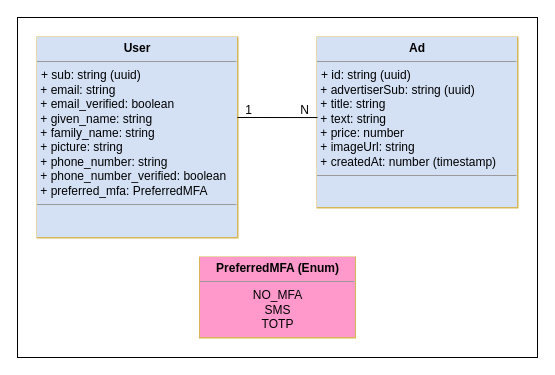
Before: page "class" (4 of 4) of thesis/diagrams.drawio in maticluka999/adverto, a draw.io diagram. Source tidied: cells renumbered, new cells numbered last; positions are measured from the earlier drawing's top-left corner, leaving out a move shared by most shapes. Both pictures are drawn from the tidied source at 100%, with x=0, y=0 at pixel (17, 17).
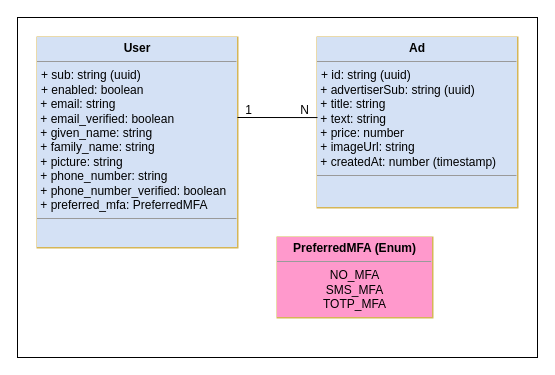
The same diagram, later.

Diff of the diagram source:
```diff
@@
 <mxGraphModel>
   <root>
     <mxCell id="0" />
     <mxCell id="1" parent="0" />
     <mxCell id="2" style="rounded=0;whiteSpace=wrap;html=1;" parent="1" vertex="1">
       <mxGeometry width="520" height="340" as="geometry" />
     </mxCell>
-    <mxCell id="3" value="&lt;p style=&quot;margin:0px;margin-top:4px;text-align:center;&quot;&gt;&lt;b&gt;User&lt;/b&gt;&lt;/p&gt;&lt;hr size=&quot;1&quot;&gt;&lt;p style=&quot;margin:0px;margin-left:4px;&quot;&gt;+ sub: string (uuid)&lt;/p&gt;&amp;nbsp;+ email: string&lt;br&gt;&amp;nbsp;+ email_verified: boolean&lt;br&gt;&amp;nbsp;+ given_name: string&lt;br&gt;&amp;nbsp;+ family_name: string&lt;br&gt;&amp;nbsp;+ picture: string&lt;br&gt;&amp;nbsp;+ phone_number: string&lt;br&gt;&amp;nbsp;+ phone_number_verified: boolean&lt;br&gt;&amp;nbsp;+ preferred_mfa: PreferredMFA&lt;br&gt;&lt;div style=&quot;display:none&quot; id=&quot;SDCloudData&quot;&gt;&lt;/div&gt;&lt;hr size=&quot;1&quot;&gt;&lt;p style=&quot;margin:0px;margin-left:4px;&quot;&gt;&lt;br&gt;&lt;/p&gt;" style="verticalAlign=top;align=left;overflow=fill;fontSize=12;fontFamily=Helvetica;html=1;labelBackgroundColor=#D4E1F5;strokeColor=#d6b656;strokeWidth=2;fillColor=none;" parent="1" vertex="1">
-      <mxGeometry x="20" y="20" width="200" height="200" as="geometry" />
+    <mxCell id="3" value="&lt;p style=&quot;margin:0px;margin-top:4px;text-align:center;&quot;&gt;&lt;b&gt;User&lt;/b&gt;&lt;/p&gt;&lt;hr size=&quot;1&quot;&gt;&lt;p style=&quot;margin:0px;margin-left:4px;&quot;&gt;+ sub: string (uuid)&lt;/p&gt;&lt;p style=&quot;margin:0px;margin-left:4px;&quot;&gt;+ enabled: boolean&lt;/p&gt;&amp;nbsp;+ email: string&lt;br&gt;&amp;nbsp;+ email_verified: boolean&lt;br&gt;&amp;nbsp;+ given_name: string&lt;br&gt;&amp;nbsp;+ family_name: string&lt;br&gt;&amp;nbsp;+ picture: string&lt;br&gt;&amp;nbsp;+ phone_number: string&lt;br&gt;&amp;nbsp;+ phone_number_verified: boolean&lt;br&gt;&amp;nbsp;+ preferred_mfa: PreferredMFA&lt;br&gt;&lt;div style=&quot;display:none&quot; id=&quot;SDCloudData&quot;&gt;&lt;/div&gt;&lt;hr size=&quot;1&quot;&gt;&lt;p style=&quot;margin:0px;margin-left:4px;&quot;&gt;&lt;br&gt;&lt;/p&gt;" style="verticalAlign=top;align=left;overflow=fill;fontSize=12;fontFamily=Helvetica;html=1;labelBackgroundColor=#D4E1F5;strokeColor=#d6b656;strokeWidth=2;fillColor=none;" parent="1" vertex="1">
+      <mxGeometry x="20" y="20" width="200" height="210" as="geometry" />
     </mxCell>
     <mxCell id="4" value="&lt;p style=&quot;margin:0px;margin-top:4px;text-align:center;&quot;&gt;&lt;b&gt;Ad&lt;/b&gt;&lt;/p&gt;&lt;hr size=&quot;1&quot;&gt;&lt;p style=&quot;margin:0px;margin-left:4px;&quot;&gt;+ id: string (uuid)&lt;/p&gt;&amp;nbsp;+ advertiserSub: string (uuid)&lt;br&gt;&amp;nbsp;+ title: string&lt;br&gt;&amp;nbsp;+ text: string&lt;br&gt;&amp;nbsp;+ price: number&lt;br&gt;&amp;nbsp;+ imageUrl: string&lt;br&gt;&amp;nbsp;+ createdAt: number (timestamp)&lt;br&gt;&lt;div style=&quot;display:none&quot; id=&quot;SDCloudData&quot;&gt;&lt;/div&gt;&lt;hr size=&quot;1&quot;&gt;&lt;p style=&quot;margin:0px;margin-left:4px;&quot;&gt;&lt;br&gt;&lt;/p&gt;" style="verticalAlign=top;align=left;overflow=fill;fontSize=12;fontFamily=Helvetica;html=1;labelBackgroundColor=#D4E1F5;strokeColor=#d6b656;strokeWidth=2;fillColor=none;" parent="1" vertex="1">
       <mxGeometry x="300" y="20" width="200" height="170" as="geometry" />
     </mxCell>
     <mxCell id="5" style="endArrow=none;startArrow=none;html=1;rounded=0;entryX=0;entryY=0.471;entryDx=0;entryDy=0;entryPerimeter=0;startFill=0;endFill=0;" parent="1" edge="1" target="4">
       <mxGeometry relative="1" as="geometry">
         <mxPoint x="220" y="100" as="sourcePoint" />
       </mxGeometry>
     </mxCell>
     <mxCell id="6" value="1" style="text;html=1;align=center;verticalAlign=middle;strokeColor=none;fillColor=none;" parent="1" vertex="1">
       <mxGeometry x="216" y="78" width="30" height="30" as="geometry" />
     </mxCell>
     <mxCell id="7" value="N" style="text;html=1;align=center;verticalAlign=middle;strokeColor=none;fillColor=none;" parent="1" vertex="1">
       <mxGeometry x="272" y="78" width="30" height="30" as="geometry" />
     </mxCell>
-    <mxCell id="8" value="&lt;p style=&quot;margin: 4px 0px 0px;&quot;&gt;&lt;span style=&quot;&quot;&gt;&lt;b&gt;PreferredMFA (Enum)&lt;/b&gt;&lt;/span&gt;&lt;br&gt;&lt;/p&gt;&lt;hr size=&quot;1&quot;&gt;&lt;p style=&quot;margin:0px;margin-left:4px;&quot;&gt;&lt;/p&gt;NO_MFA&lt;br&gt;SMS&lt;br&gt;TOTP&lt;br&gt;&lt;br&gt;&lt;br&gt;&lt;br&gt;&lt;div style=&quot;display:none&quot; id=&quot;SDCloudData&quot;&gt;&lt;/div&gt;&lt;hr size=&quot;1&quot;&gt;&lt;p style=&quot;margin:0px;margin-left:4px;&quot;&gt;&lt;br&gt;&lt;/p&gt;" style="verticalAlign=top;align=center;overflow=fill;fontSize=12;fontFamily=Helvetica;html=1;labelBackgroundColor=#FF99CC;strokeColor=#d6b656;strokeWidth=2;fillColor=#FF99CC;" parent="1" vertex="1">
-      <mxGeometry x="182.5" y="240" width="155" height="80" as="geometry" />
+    <mxCell id="8" value="&lt;p style=&quot;margin: 4px 0px 0px;&quot;&gt;&lt;span style=&quot;&quot;&gt;&lt;b&gt;PreferredMFA (Enum)&lt;/b&gt;&lt;/span&gt;&lt;br&gt;&lt;/p&gt;&lt;hr size=&quot;1&quot;&gt;&lt;p style=&quot;margin:0px;margin-left:4px;&quot;&gt;&lt;/p&gt;NO_MFA&lt;br&gt;SMS_MFA&lt;br&gt;TOTP_MFA&lt;br&gt;&lt;br&gt;&lt;br&gt;&lt;br&gt;&lt;div style=&quot;display:none&quot; id=&quot;SDCloudData&quot;&gt;&lt;/div&gt;&lt;hr size=&quot;1&quot;&gt;&lt;p style=&quot;margin:0px;margin-left:4px;&quot;&gt;&lt;br&gt;&lt;/p&gt;" style="verticalAlign=top;align=center;overflow=fill;fontSize=12;fontFamily=Helvetica;html=1;labelBackgroundColor=#FF99CC;strokeColor=#d6b656;strokeWidth=2;fillColor=#FF99CC;" parent="1" vertex="1">
+      <mxGeometry x="260" y="220" width="155" height="80" as="geometry" />
     </mxCell>
   </root>
 </mxGraphModel>
```
